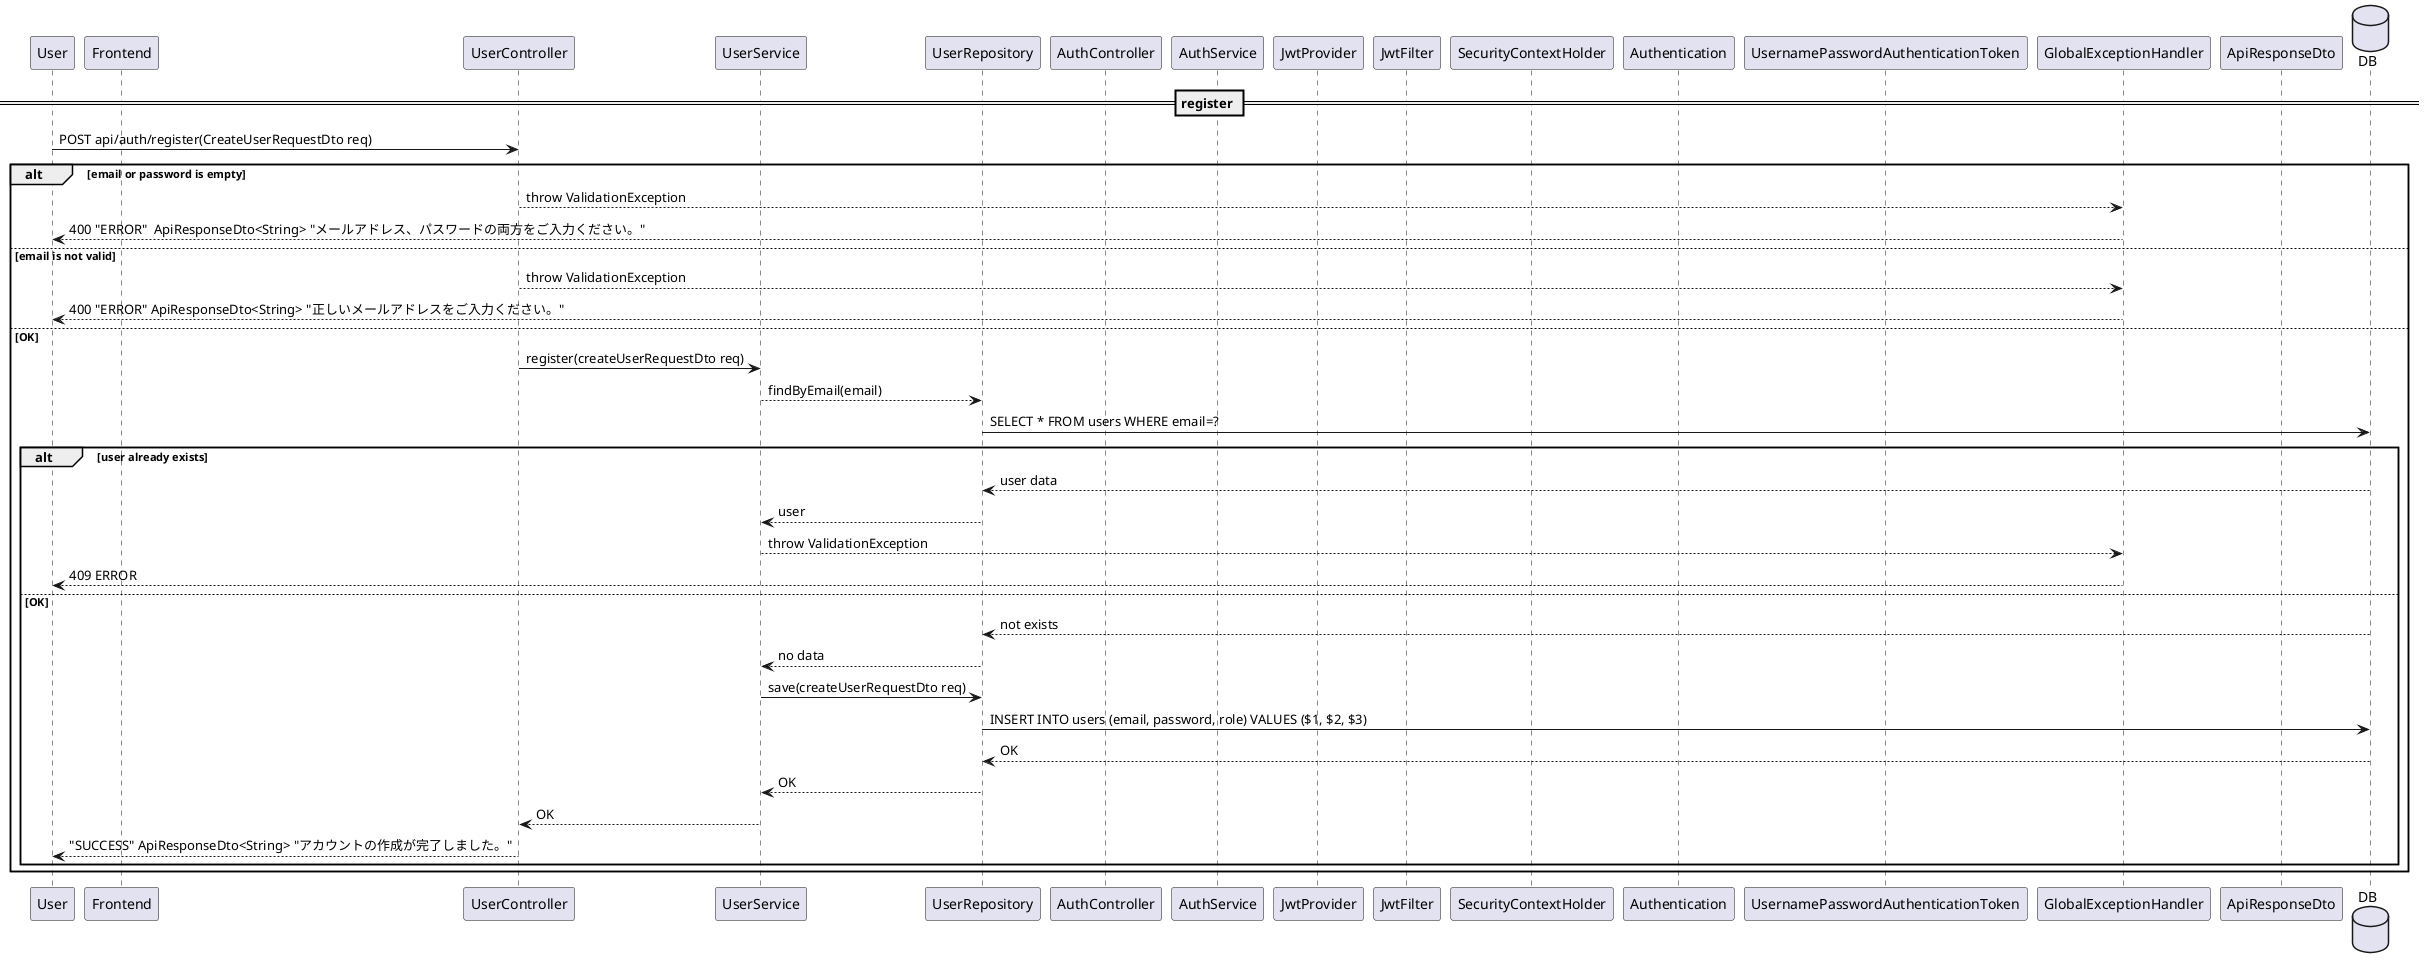
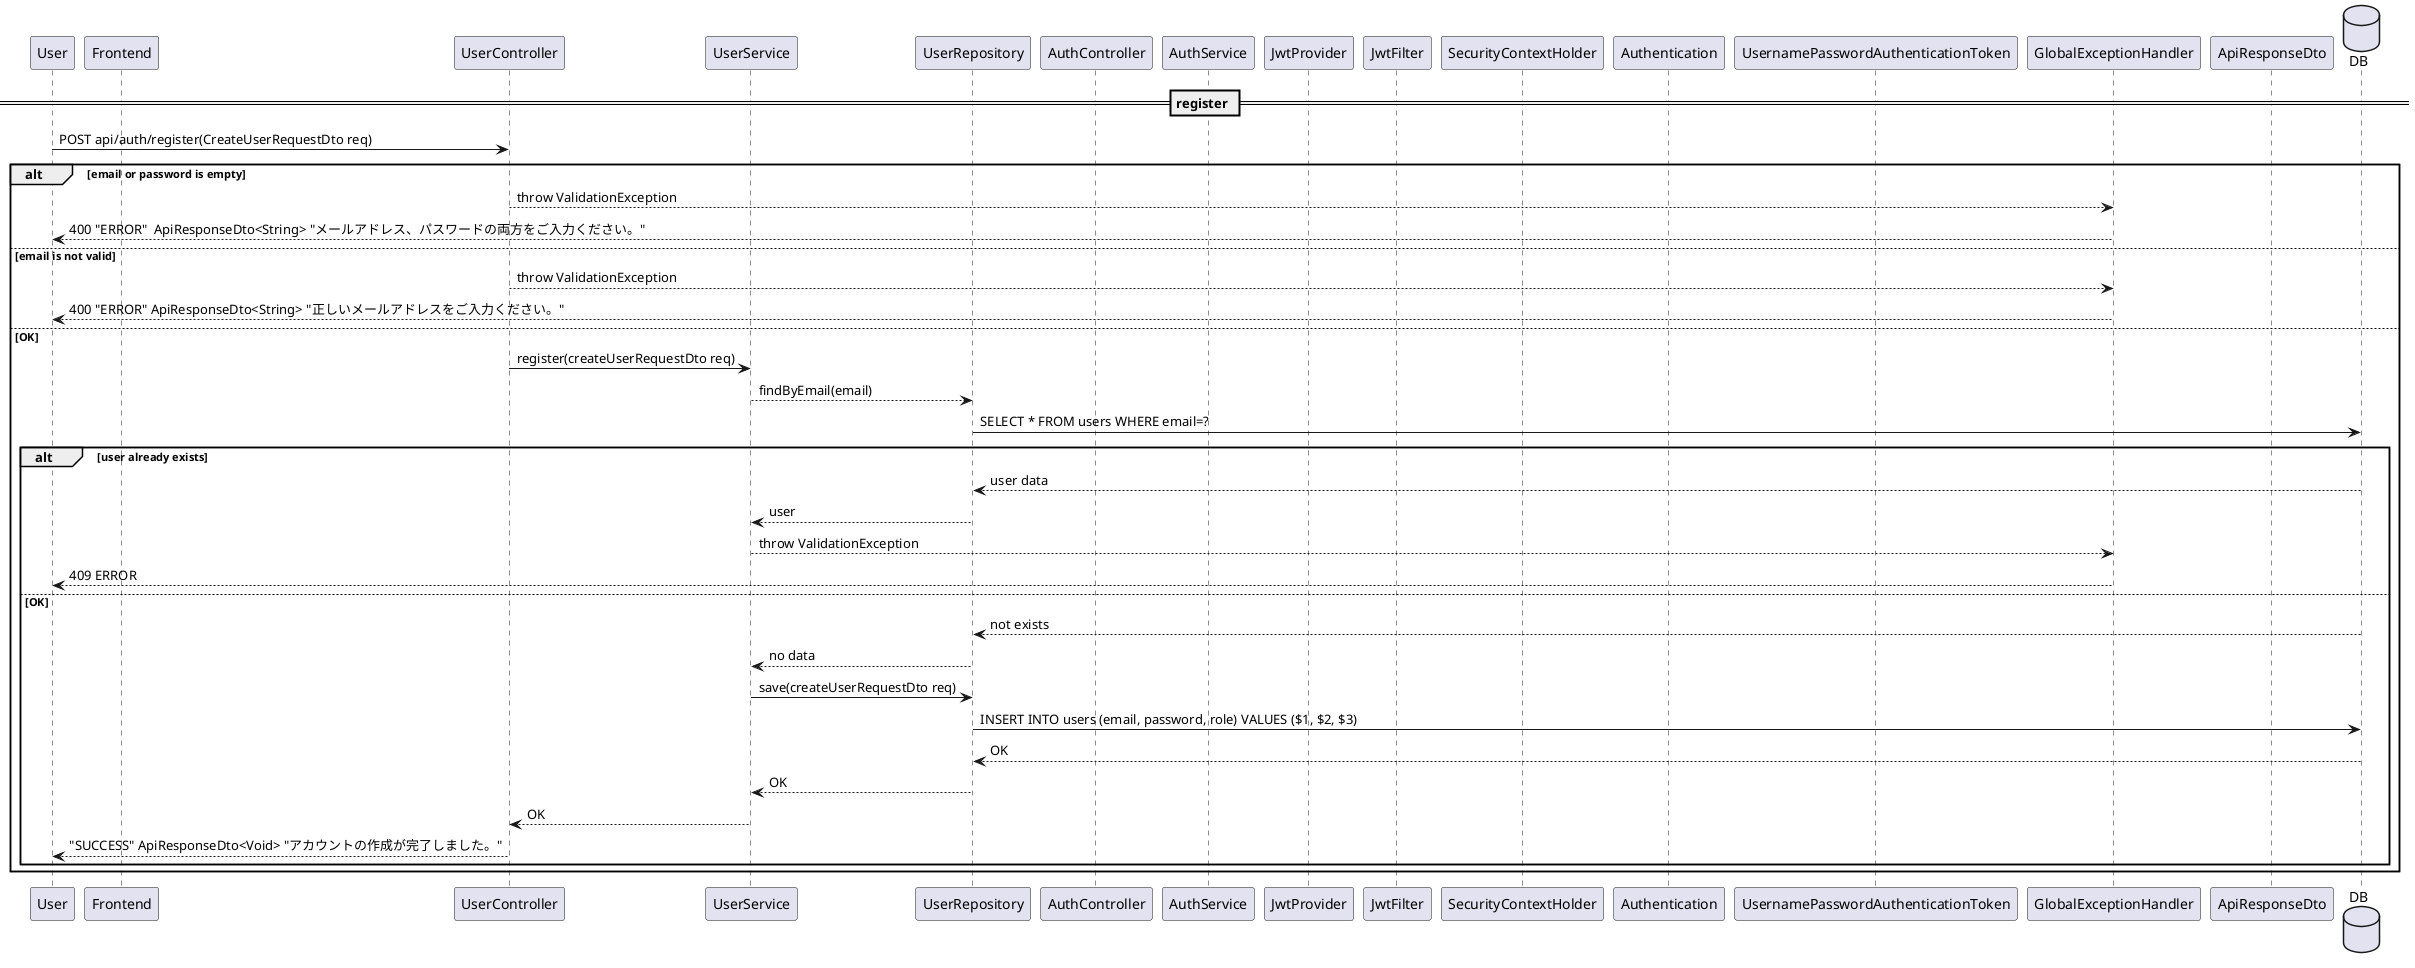
@startuml

participant User
participant Frontend
participant UserController
participant UserService
participant UserRepository
participant AuthController
participant AuthService
participant JwtProvider
participant JwtFilter
participant SecurityContextHolder
participant Authentication
participant UsernamePasswordAuthenticationToken
participant GlobalExceptionHandler
participant ApiResponseDto
database DB

== register ==
User -> UserController : POST api/auth/register(CreateUserRequestDto req)

alt email or password is empty
  UserController --> GlobalExceptionHandler : throw ValidationException
  GlobalExceptionHandler --> User : 400 "ERROR"  ApiResponseDto<String> "メールアドレス、パスワードの両方をご入力ください。"

else email is not valid
  UserController --> GlobalExceptionHandler : throw ValidationException
  GlobalExceptionHandler --> User : 400 "ERROR" ApiResponseDto<String> "正しいメールアドレスをご入力ください。"

else OK
  UserController -> UserService : register(createUserRequestDto req)
  UserService --> UserRepository : findByEmail(email)
  UserRepository -> DB : SELECT * FROM users WHERE email=?

alt user already exists
  DB --> UserRepository : user data
  UserRepository --> UserService : user
  UserService --> GlobalExceptionHandler : throw ValidationException
  GlobalExceptionHandler --> User : 409 ERROR

  else OK
    DB --> UserRepository : not exists
    UserRepository --> UserService : no data
    UserService -> UserRepository : save(createUserRequestDto req)
    UserRepository -> DB : INSERT INTO users (email, password, role) VALUES ($1, $2, $3)
    DB --> UserRepository : OK
    UserRepository --> UserService : OK
    UserService --> UserController : OK
-     UserController --> User : "SUCCESS" ApiResponseDto<String> "アカウントの作成が完了しました。"
+     UserController --> User : "SUCCESS" ApiResponseDto<Void> "アカウントの作成が完了しました。"
  end
end

@enduml